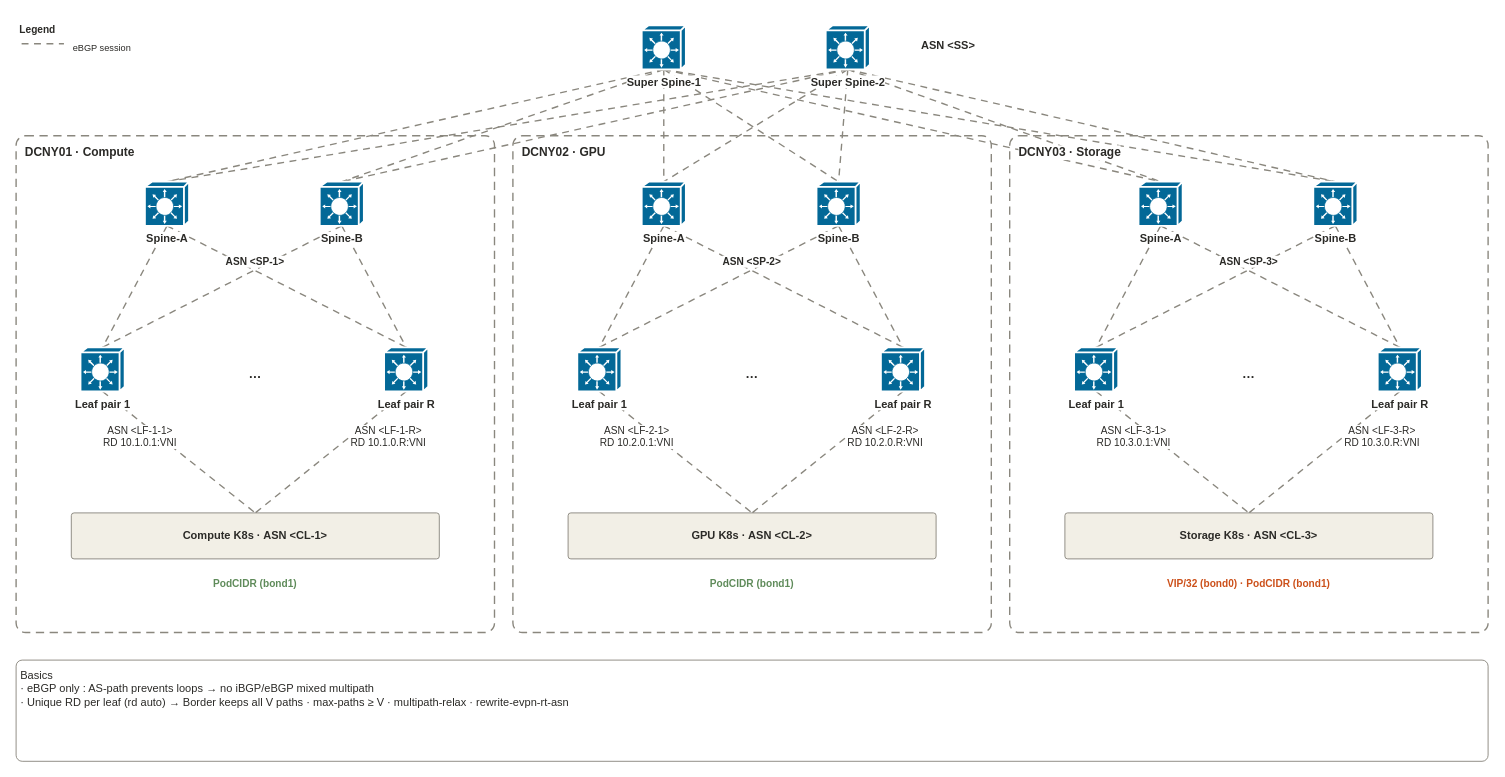
This is page "N-3 eBGP only · EVPN" (4 of 5) of architecture/y1-nw-review/y1-nw-review-diagrams.drawio from riverjin839/devopser, a draw.io file, before an edit. Source tidied: cells renumbered, new cells numbered last; positions are measured from the earlier drawing's top-left corner, leaving out a move shared by most shapes. Both pictures are drawn from the tidied source at 92%, with x=0, y=0 at pixel (16, 16).
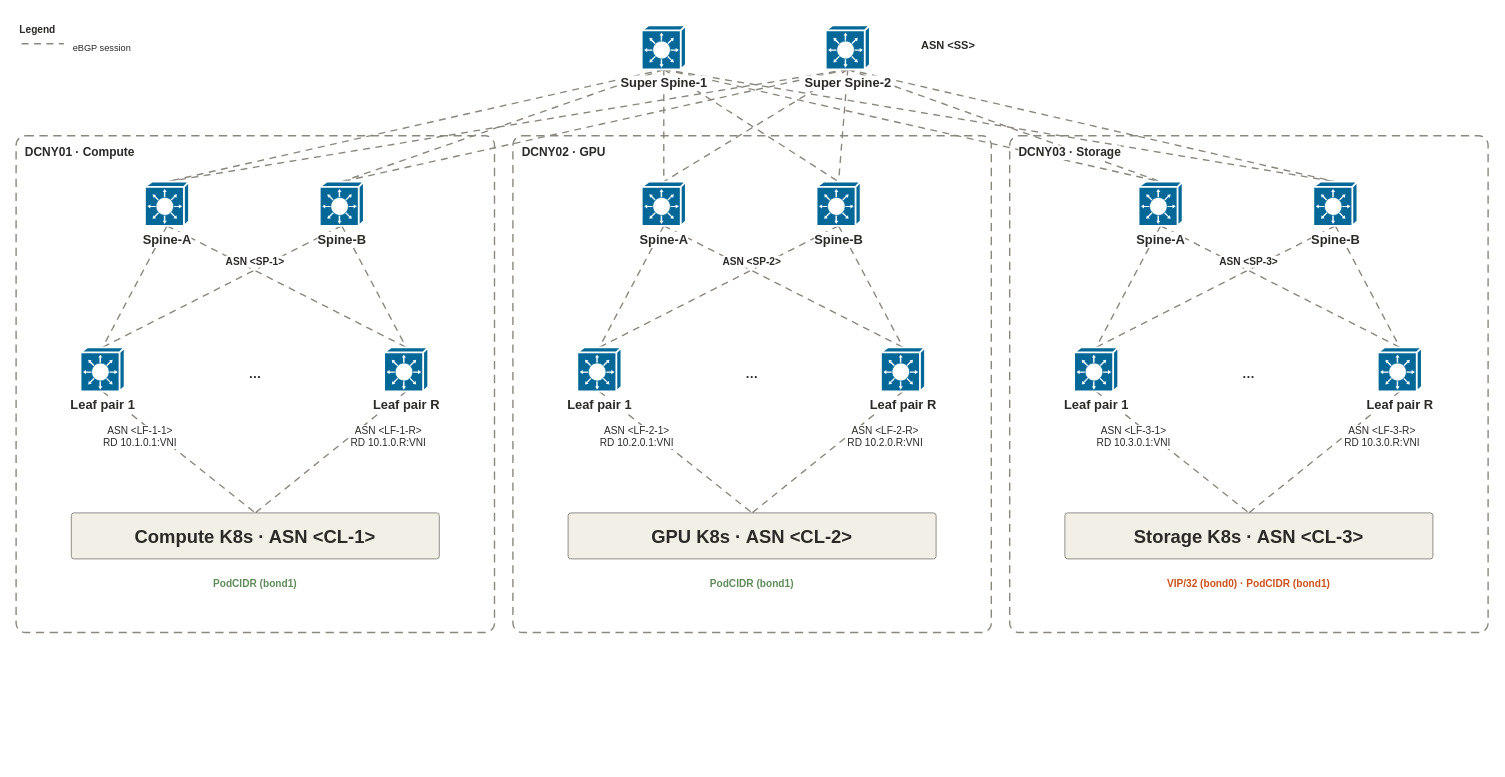
The same page after the edit.

Diff of the diagram source:
```diff
@@
-    <mxCell id="35" style="edgeStyle=none;orthogonal=0;rounded=0;html=1;strokeColor=#8A877E;strokeWidth=1.5;endArrow=none;endFill=1;startArrow=none;fontFamily=Noto Sans KR,Malgun Gothic,Apple SD Gothic Neo,sans-serif;fontSize=10;fontColor=#2B2A27;fontStyle=1;labelBackgroundColor=#FFFFFF;dashed=1;dashPattern=5 4;" parent="1" edge="1">
-      <mxGeometry relative="1" as="geometry">
-        <mxPoint x="6" y="30" as="sourcePoint" />
-        <mxPoint x="52" y="30" as="targetPoint" />
-      </mxGeometry>
-    </mxCell>
+    <mxCell id="73" style="edgeStyle=none;orthogonal=0;rounded=0;html=1;strokeColor=#8A877E;strokeWidth=1.5;endArrow=none;endFill=1;startArrow=none;fontFamily=Noto Sans KR,Malgun Gothic,Apple SD Gothic Neo,sans-serif;fontSize=10;fontColor=#2B2A27;fontStyle=1;labelBackgroundColor=#FFFFFF;dashed=1;dashPattern=5 4;" parent="1" edge="1">
+      <mxGeometry relative="1" as="geometry">
+        <mxPoint x="6" y="30" as="sourcePoint" />
+        <mxPoint x="52" y="30" as="targetPoint" />
+      </mxGeometry>
+    </mxCell>
-    <mxCell id="36" value="Super Spine-1" style="sketch=0;html=1;dashed=0;fillColor=#036897;strokeColor=#ffffff;strokeWidth=2;verticalLabelPosition=bottom;verticalAlign=top;align=center;shape=mxgraph.cisco.switches.layer_3_switch;fontFamily=Noto Sans KR,Malgun Gothic,Apple SD Gothic Neo,sans-serif;fontSize=12;fontColor=#2B2A27;labelBackgroundColor=#FFFFFF;fontStyle=1;" parent="1" vertex="1">
+    <mxCell id="36" value="Super Spine-1" style="sketch=0;html=1;dashed=0;fillColor=#036897;strokeColor=#ffffff;strokeWidth=2;verticalLabelPosition=bottom;verticalAlign=top;align=center;shape=mxgraph.cisco.switches.layer_3_switch;fontFamily=Noto Sans KR,Malgun Gothic,Apple SD Gothic Neo,sans-serif;fontSize=14;fontColor=#2B2A27;labelBackgroundColor=#FFFFFF;fontStyle=1;" parent="1" vertex="1">
       <mxGeometry x="680" y="10" width="48" height="48" as="geometry" />
     </mxCell>
-    <mxCell id="37" value="Super Spine-2" style="sketch=0;html=1;dashed=0;fillColor=#036897;strokeColor=#ffffff;strokeWidth=2;verticalLabelPosition=bottom;verticalAlign=top;align=center;shape=mxgraph.cisco.switches.layer_3_switch;fontFamily=Noto Sans KR,Malgun Gothic,Apple SD Gothic Neo,sans-serif;fontSize=12;fontColor=#2B2A27;labelBackgroundColor=#FFFFFF;fontStyle=1;" parent="1" vertex="1">
+    <mxCell id="37" value="Super Spine-2" style="sketch=0;html=1;dashed=0;fillColor=#036897;strokeColor=#ffffff;strokeWidth=2;verticalLabelPosition=bottom;verticalAlign=top;align=center;shape=mxgraph.cisco.switches.layer_3_switch;fontFamily=Noto Sans KR,Malgun Gothic,Apple SD Gothic Neo,sans-serif;fontSize=14;fontColor=#2B2A27;labelBackgroundColor=#FFFFFF;fontStyle=1;" parent="1" vertex="1">
       <mxGeometry x="880" y="10" width="48" height="48" as="geometry" />
     </mxCell>
@@
-    <mxCell id="40" value="Spine-A" style="sketch=0;html=1;dashed=0;fillColor=#036897;strokeColor=#ffffff;strokeWidth=2;verticalLabelPosition=bottom;verticalAlign=top;align=center;shape=mxgraph.cisco.switches.layer_3_switch;fontFamily=Noto Sans KR,Malgun Gothic,Apple SD Gothic Neo,sans-serif;fontSize=12;fontColor=#2B2A27;labelBackgroundColor=#FFFFFF;fontStyle=1;" parent="1" vertex="1">
+    <mxCell id="40" value="Spine-A" style="sketch=0;html=1;dashed=0;fillColor=#036897;strokeColor=#ffffff;strokeWidth=2;verticalLabelPosition=bottom;verticalAlign=top;align=center;shape=mxgraph.cisco.switches.layer_3_switch;fontFamily=Noto Sans KR,Malgun Gothic,Apple SD Gothic Neo,sans-serif;fontSize=14;fontColor=#2B2A27;labelBackgroundColor=#FFFFFF;fontStyle=1;" parent="1" vertex="1">
       <mxGeometry x="140" y="180" width="48" height="48" as="geometry" />
     </mxCell>
-    <mxCell id="41" value="Spine-B" style="sketch=0;html=1;dashed=0;fillColor=#036897;strokeColor=#ffffff;strokeWidth=2;verticalLabelPosition=bottom;verticalAlign=top;align=center;shape=mxgraph.cisco.switches.layer_3_switch;fontFamily=Noto Sans KR,Malgun Gothic,Apple SD Gothic Neo,sans-serif;fontSize=12;fontColor=#2B2A27;labelBackgroundColor=#FFFFFF;fontStyle=1;" parent="1" vertex="1">
+    <mxCell id="41" value="Spine-B" style="sketch=0;html=1;dashed=0;fillColor=#036897;strokeColor=#ffffff;strokeWidth=2;verticalLabelPosition=bottom;verticalAlign=top;align=center;shape=mxgraph.cisco.switches.layer_3_switch;fontFamily=Noto Sans KR,Malgun Gothic,Apple SD Gothic Neo,sans-serif;fontSize=14;fontColor=#2B2A27;labelBackgroundColor=#FFFFFF;fontStyle=1;" parent="1" vertex="1">
       <mxGeometry x="330" y="180" width="48" height="48" as="geometry" />
     </mxCell>
@@
-    <mxCell id="43" value="Leaf pair 1" style="sketch=0;html=1;dashed=0;fillColor=#036897;strokeColor=#ffffff;strokeWidth=2;verticalLabelPosition=bottom;verticalAlign=top;align=center;shape=mxgraph.cisco.switches.layer_3_switch;fontFamily=Noto Sans KR,Malgun Gothic,Apple SD Gothic Neo,sans-serif;fontSize=12;fontColor=#2B2A27;labelBackgroundColor=#FFFFFF;fontStyle=1;" parent="1" vertex="1">
+    <mxCell id="43" value="Leaf pair 1" style="sketch=0;html=1;dashed=0;fillColor=#036897;strokeColor=#ffffff;strokeWidth=2;verticalLabelPosition=bottom;verticalAlign=top;align=center;shape=mxgraph.cisco.switches.layer_3_switch;fontFamily=Noto Sans KR,Malgun Gothic,Apple SD Gothic Neo,sans-serif;fontSize=14;fontColor=#2B2A27;labelBackgroundColor=#FFFFFF;fontStyle=1;" parent="1" vertex="1">
       <mxGeometry x="70" y="360" width="48" height="48" as="geometry" />
     </mxCell>
-    <mxCell id="44" value="Leaf pair R" style="sketch=0;html=1;dashed=0;fillColor=#036897;strokeColor=#ffffff;strokeWidth=2;verticalLabelPosition=bottom;verticalAlign=top;align=center;shape=mxgraph.cisco.switches.layer_3_switch;fontFamily=Noto Sans KR,Malgun Gothic,Apple SD Gothic Neo,sans-serif;fontSize=12;fontColor=#2B2A27;labelBackgroundColor=#FFFFFF;fontStyle=1;" parent="1" vertex="1">
+    <mxCell id="44" value="Leaf pair R" style="sketch=0;html=1;dashed=0;fillColor=#036897;strokeColor=#ffffff;strokeWidth=2;verticalLabelPosition=bottom;verticalAlign=top;align=center;shape=mxgraph.cisco.switches.layer_3_switch;fontFamily=Noto Sans KR,Malgun Gothic,Apple SD Gothic Neo,sans-serif;fontSize=14;fontColor=#2B2A27;labelBackgroundColor=#FFFFFF;fontStyle=1;" parent="1" vertex="1">
       <mxGeometry x="400" y="360" width="48" height="48" as="geometry" />
     </mxCell>
@@
-    <mxCell id="48" value="Compute K8s · ASN &amp;lt;CL-1&amp;gt;" style="rounded=1;arcSize=6;html=1;whiteSpace=wrap;fillColor=#F2EFE6;strokeColor=#8A877E;align=center;verticalAlign=middle;spacing=5;fontFamily=Noto Sans KR,Malgun Gothic,Apple SD Gothic Neo,sans-serif;fontSize=12;fontColor=#2B2A27;fontStyle=1;" parent="1" vertex="1">
+    <mxCell id="48" value="Compute K8s · ASN &amp;lt;CL-1&amp;gt;" style="rounded=1;arcSize=6;html=1;whiteSpace=wrap;fillColor=#F2EFE6;strokeColor=#8A877E;align=center;verticalAlign=middle;spacing=5;fontFamily=Noto Sans KR,Malgun Gothic,Apple SD Gothic Neo,sans-serif;fontSize=20.0;fontColor=#2B2A27;fontStyle=1;" parent="1" vertex="1">
       <mxGeometry x="60" y="540" width="400" height="50" as="geometry" />
     </mxCell>
@@
-    <mxCell id="51" value="Spine-A" style="sketch=0;html=1;dashed=0;fillColor=#036897;strokeColor=#ffffff;strokeWidth=2;verticalLabelPosition=bottom;verticalAlign=top;align=center;shape=mxgraph.cisco.switches.layer_3_switch;fontFamily=Noto Sans KR,Malgun Gothic,Apple SD Gothic Neo,sans-serif;fontSize=12;fontColor=#2B2A27;labelBackgroundColor=#FFFFFF;fontStyle=1;" parent="1" vertex="1">
+    <mxCell id="51" value="Spine-A" style="sketch=0;html=1;dashed=0;fillColor=#036897;strokeColor=#ffffff;strokeWidth=2;verticalLabelPosition=bottom;verticalAlign=top;align=center;shape=mxgraph.cisco.switches.layer_3_switch;fontFamily=Noto Sans KR,Malgun Gothic,Apple SD Gothic Neo,sans-serif;fontSize=14;fontColor=#2B2A27;labelBackgroundColor=#FFFFFF;fontStyle=1;" parent="1" vertex="1">
       <mxGeometry x="680" y="180" width="48" height="48" as="geometry" />
     </mxCell>
-    <mxCell id="52" value="Spine-B" style="sketch=0;html=1;dashed=0;fillColor=#036897;strokeColor=#ffffff;strokeWidth=2;verticalLabelPosition=bottom;verticalAlign=top;align=center;shape=mxgraph.cisco.switches.layer_3_switch;fontFamily=Noto Sans KR,Malgun Gothic,Apple SD Gothic Neo,sans-serif;fontSize=12;fontColor=#2B2A27;labelBackgroundColor=#FFFFFF;fontStyle=1;" parent="1" vertex="1">
+    <mxCell id="52" value="Spine-B" style="sketch=0;html=1;dashed=0;fillColor=#036897;strokeColor=#ffffff;strokeWidth=2;verticalLabelPosition=bottom;verticalAlign=top;align=center;shape=mxgraph.cisco.switches.layer_3_switch;fontFamily=Noto Sans KR,Malgun Gothic,Apple SD Gothic Neo,sans-serif;fontSize=14;fontColor=#2B2A27;labelBackgroundColor=#FFFFFF;fontStyle=1;" parent="1" vertex="1">
       <mxGeometry x="870" y="180" width="48" height="48" as="geometry" />
     </mxCell>
@@
-    <mxCell id="54" value="Leaf pair 1" style="sketch=0;html=1;dashed=0;fillColor=#036897;strokeColor=#ffffff;strokeWidth=2;verticalLabelPosition=bottom;verticalAlign=top;align=center;shape=mxgraph.cisco.switches.layer_3_switch;fontFamily=Noto Sans KR,Malgun Gothic,Apple SD Gothic Neo,sans-serif;fontSize=12;fontColor=#2B2A27;labelBackgroundColor=#FFFFFF;fontStyle=1;" parent="1" vertex="1">
+    <mxCell id="54" value="Leaf pair 1" style="sketch=0;html=1;dashed=0;fillColor=#036897;strokeColor=#ffffff;strokeWidth=2;verticalLabelPosition=bottom;verticalAlign=top;align=center;shape=mxgraph.cisco.switches.layer_3_switch;fontFamily=Noto Sans KR,Malgun Gothic,Apple SD Gothic Neo,sans-serif;fontSize=14;fontColor=#2B2A27;labelBackgroundColor=#FFFFFF;fontStyle=1;" parent="1" vertex="1">
       <mxGeometry x="610" y="360" width="48" height="48" as="geometry" />
     </mxCell>
-    <mxCell id="55" value="Leaf pair R" style="sketch=0;html=1;dashed=0;fillColor=#036897;strokeColor=#ffffff;strokeWidth=2;verticalLabelPosition=bottom;verticalAlign=top;align=center;shape=mxgraph.cisco.switches.layer_3_switch;fontFamily=Noto Sans KR,Malgun Gothic,Apple SD Gothic Neo,sans-serif;fontSize=12;fontColor=#2B2A27;labelBackgroundColor=#FFFFFF;fontStyle=1;" parent="1" vertex="1">
+    <mxCell id="55" value="Leaf pair R" style="sketch=0;html=1;dashed=0;fillColor=#036897;strokeColor=#ffffff;strokeWidth=2;verticalLabelPosition=bottom;verticalAlign=top;align=center;shape=mxgraph.cisco.switches.layer_3_switch;fontFamily=Noto Sans KR,Malgun Gothic,Apple SD Gothic Neo,sans-serif;fontSize=14;fontColor=#2B2A27;labelBackgroundColor=#FFFFFF;fontStyle=1;" parent="1" vertex="1">
       <mxGeometry x="940" y="360" width="48" height="48" as="geometry" />
     </mxCell>
@@
-    <mxCell id="59" value="GPU K8s · ASN &amp;lt;CL-2&amp;gt;" style="rounded=1;arcSize=6;html=1;whiteSpace=wrap;fillColor=#F2EFE6;strokeColor=#8A877E;align=center;verticalAlign=middle;spacing=5;fontFamily=Noto Sans KR,Malgun Gothic,Apple SD Gothic Neo,sans-serif;fontSize=12;fontColor=#2B2A27;fontStyle=1;" parent="1" vertex="1">
+    <mxCell id="59" value="GPU K8s · ASN &amp;lt;CL-2&amp;gt;" style="rounded=1;arcSize=6;html=1;whiteSpace=wrap;fillColor=#F2EFE6;strokeColor=#8A877E;align=center;verticalAlign=middle;spacing=5;fontFamily=Noto Sans KR,Malgun Gothic,Apple SD Gothic Neo,sans-serif;fontSize=20.0;fontColor=#2B2A27;fontStyle=1;" parent="1" vertex="1">
       <mxGeometry x="600" y="540" width="400" height="50" as="geometry" />
     </mxCell>
@@
-    <mxCell id="62" value="Spine-A" style="sketch=0;html=1;dashed=0;fillColor=#036897;strokeColor=#ffffff;strokeWidth=2;verticalLabelPosition=bottom;verticalAlign=top;align=center;shape=mxgraph.cisco.switches.layer_3_switch;fontFamily=Noto Sans KR,Malgun Gothic,Apple SD Gothic Neo,sans-serif;fontSize=12;fontColor=#2B2A27;labelBackgroundColor=#FFFFFF;fontStyle=1;" parent="1" vertex="1">
+    <mxCell id="62" value="Spine-A" style="sketch=0;html=1;dashed=0;fillColor=#036897;strokeColor=#ffffff;strokeWidth=2;verticalLabelPosition=bottom;verticalAlign=top;align=center;shape=mxgraph.cisco.switches.layer_3_switch;fontFamily=Noto Sans KR,Malgun Gothic,Apple SD Gothic Neo,sans-serif;fontSize=14;fontColor=#2B2A27;labelBackgroundColor=#FFFFFF;fontStyle=1;" parent="1" vertex="1">
       <mxGeometry x="1220" y="180" width="48" height="48" as="geometry" />
     </mxCell>
-    <mxCell id="63" value="Spine-B" style="sketch=0;html=1;dashed=0;fillColor=#036897;strokeColor=#ffffff;strokeWidth=2;verticalLabelPosition=bottom;verticalAlign=top;align=center;shape=mxgraph.cisco.switches.layer_3_switch;fontFamily=Noto Sans KR,Malgun Gothic,Apple SD Gothic Neo,sans-serif;fontSize=12;fontColor=#2B2A27;labelBackgroundColor=#FFFFFF;fontStyle=1;" parent="1" vertex="1">
+    <mxCell id="63" value="Spine-B" style="sketch=0;html=1;dashed=0;fillColor=#036897;strokeColor=#ffffff;strokeWidth=2;verticalLabelPosition=bottom;verticalAlign=top;align=center;shape=mxgraph.cisco.switches.layer_3_switch;fontFamily=Noto Sans KR,Malgun Gothic,Apple SD Gothic Neo,sans-serif;fontSize=14;fontColor=#2B2A27;labelBackgroundColor=#FFFFFF;fontStyle=1;" parent="1" vertex="1">
       <mxGeometry x="1410" y="180" width="48" height="48" as="geometry" />
     </mxCell>
@@
-    <mxCell id="65" value="Leaf pair 1" style="sketch=0;html=1;dashed=0;fillColor=#036897;strokeColor=#ffffff;strokeWidth=2;verticalLabelPosition=bottom;verticalAlign=top;align=center;shape=mxgraph.cisco.switches.layer_3_switch;fontFamily=Noto Sans KR,Malgun Gothic,Apple SD Gothic Neo,sans-serif;fontSize=12;fontColor=#2B2A27;labelBackgroundColor=#FFFFFF;fontStyle=1;" parent="1" vertex="1">
+    <mxCell id="65" value="Leaf pair 1" style="sketch=0;html=1;dashed=0;fillColor=#036897;strokeColor=#ffffff;strokeWidth=2;verticalLabelPosition=bottom;verticalAlign=top;align=center;shape=mxgraph.cisco.switches.layer_3_switch;fontFamily=Noto Sans KR,Malgun Gothic,Apple SD Gothic Neo,sans-serif;fontSize=14;fontColor=#2B2A27;labelBackgroundColor=#FFFFFF;fontStyle=1;" parent="1" vertex="1">
       <mxGeometry x="1150" y="360" width="48" height="48" as="geometry" />
     </mxCell>
-    <mxCell id="66" value="Leaf pair R" style="sketch=0;html=1;dashed=0;fillColor=#036897;strokeColor=#ffffff;strokeWidth=2;verticalLabelPosition=bottom;verticalAlign=top;align=center;shape=mxgraph.cisco.switches.layer_3_switch;fontFamily=Noto Sans KR,Malgun Gothic,Apple SD Gothic Neo,sans-serif;fontSize=12;fontColor=#2B2A27;labelBackgroundColor=#FFFFFF;fontStyle=1;" parent="1" vertex="1">
+    <mxCell id="66" value="Leaf pair R" style="sketch=0;html=1;dashed=0;fillColor=#036897;strokeColor=#ffffff;strokeWidth=2;verticalLabelPosition=bottom;verticalAlign=top;align=center;shape=mxgraph.cisco.switches.layer_3_switch;fontFamily=Noto Sans KR,Malgun Gothic,Apple SD Gothic Neo,sans-serif;fontSize=14;fontColor=#2B2A27;labelBackgroundColor=#FFFFFF;fontStyle=1;" parent="1" vertex="1">
       <mxGeometry x="1480" y="360" width="48" height="48" as="geometry" />
     </mxCell>
@@
-    <mxCell id="70" value="Storage K8s · ASN &amp;lt;CL-3&amp;gt;" style="rounded=1;arcSize=6;html=1;whiteSpace=wrap;fillColor=#F2EFE6;strokeColor=#8A877E;align=center;verticalAlign=middle;spacing=5;fontFamily=Noto Sans KR,Malgun Gothic,Apple SD Gothic Neo,sans-serif;fontSize=12;fontColor=#2B2A27;fontStyle=1;" parent="1" vertex="1">
+    <mxCell id="70" value="Storage K8s · ASN &amp;lt;CL-3&amp;gt;" style="rounded=1;arcSize=6;html=1;whiteSpace=wrap;fillColor=#F2EFE6;strokeColor=#8A877E;align=center;verticalAlign=middle;spacing=5;fontFamily=Noto Sans KR,Malgun Gothic,Apple SD Gothic Neo,sans-serif;fontSize=20.0;fontColor=#2B2A27;fontStyle=1;" parent="1" vertex="1">
       <mxGeometry x="1140" y="540" width="400" height="50" as="geometry" />
     </mxCell>
@@
-    <mxCell id="72" value="Basics&lt;br&gt;· eBGP only : AS-path prevents loops → no iBGP/eBGP mixed multipath&lt;br&gt;· Unique RD per leaf (rd auto) → Border keeps all V paths · max-paths ≥ V · multipath-relax · rewrite-evpn-rt-asn" style="rounded=1;arcSize=6;html=1;whiteSpace=wrap;fillColor=#FFFFFF;strokeColor=#8A877E;align=left;verticalAlign=top;spacing=5;fontFamily=Noto Sans KR,Malgun Gothic,Apple SD Gothic Neo,sans-serif;fontSize=12;fontColor=#2B2A27;" parent="1" vertex="1">
-      <mxGeometry y="700" width="1600" height="110" as="geometry" />
+    <mxCell id="72" value="Legend" style="text;html=1;whiteSpace=wrap;align=left;verticalAlign=top;spacing=4;fontFamily=Noto Sans KR,Malgun Gothic,Apple SD Gothic Neo,sans-serif;fontSize=11;fontColor=#2B2A27;fontStyle=1;labelBackgroundColor=#FFFFFF;" parent="1" vertex="1">
+      <mxGeometry width="230" height="22" as="geometry" />
     </mxCell>
-    <mxCell id="73" value="Legend" style="text;html=1;whiteSpace=wrap;align=left;verticalAlign=top;spacing=4;fontFamily=Noto Sans KR,Malgun Gothic,Apple SD Gothic Neo,sans-serif;fontSize=11;fontColor=#2B2A27;fontStyle=1;labelBackgroundColor=#FFFFFF;" parent="1" vertex="1">
-      <mxGeometry width="230" height="22" as="geometry" />
-    </mxCell>
-    <mxCell id="74" value="eBGP session" style="text;html=1;whiteSpace=wrap;align=left;verticalAlign=top;spacing=4;fontFamily=Noto Sans KR,Malgun Gothic,Apple SD Gothic Neo,sans-serif;fontSize=10;fontColor=#2B2A27;labelBackgroundColor=#FFFFFF;" parent="1" vertex="1">
-      <mxGeometry x="58" y="20" width="190" height="20" as="geometry" />
-    </mxCell>
+    <mxCell id="35" value="eBGP session" style="text;html=1;whiteSpace=wrap;align=left;verticalAlign=top;spacing=4;fontFamily=Noto Sans KR,Malgun Gothic,Apple SD Gothic Neo,sans-serif;fontSize=10;fontColor=#2B2A27;labelBackgroundColor=#FFFFFF;" parent="1" vertex="1">
+      <mxGeometry x="58" y="20" width="190" height="20" as="geometry" />
+    </mxCell>
```
